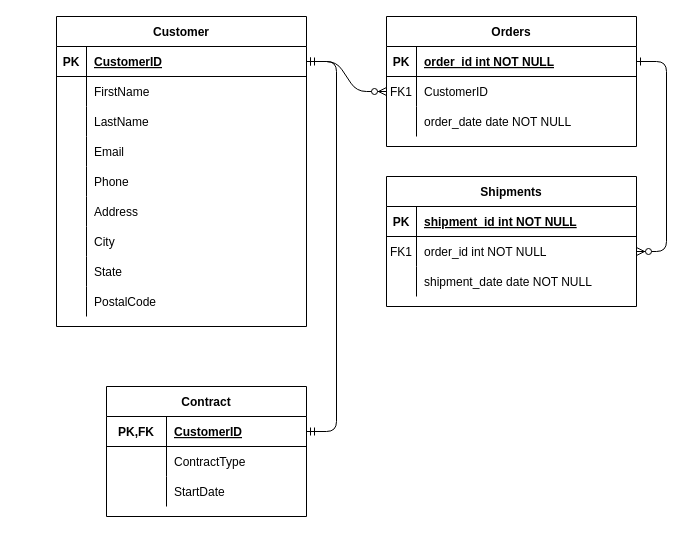
cavinginrainbows/databasedev keeps this draw.io diagram as practice.drawio. Above is the earlier version. Source tidied: cells renumbered, new cells numbered last; positions are measured from the earlier drawing's top-left corner, leaving out a move shared by most shapes. Both pictures are drawn from the tidied source at 100%, with x=0, y=0 at pixel (56, 16).
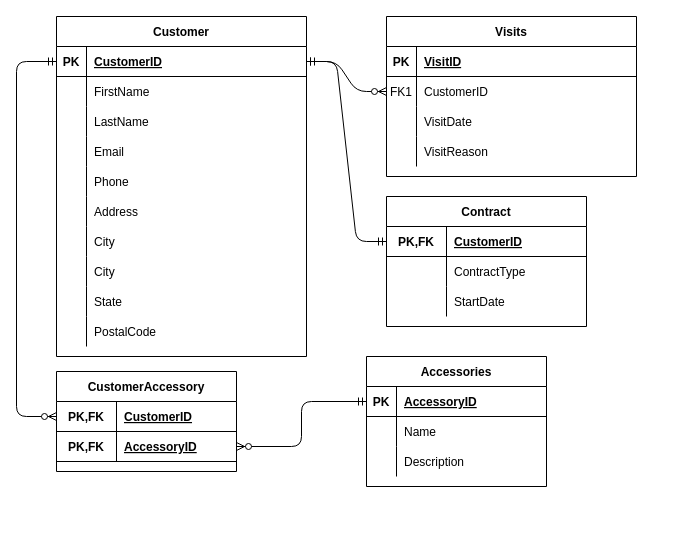
Above is the later version.

The change refers to these unchanged cells:
```xml
<mxCell id="5" style="shape=partialRectangle;fillColor=none;points=[[0,0.5],[1,0.5]];portConstraint=eastwest;top=0;left=0;right=0;bottom=1;" parent="4" vertex="1">
  <mxGeometry y="30" width="250" height="30" as="geometry" />
</mxCell>
<mxCell id="11" style="shape=partialRectangle;fillColor=none;top=0;left=0;right=0;bottom=0;" parent="4" vertex="1">
  <mxGeometry y="90" width="250" height="30" as="geometry" />
</mxCell>
<mxCell id="25" style="shape=partialRectangle;fillColor=none;points=[[0,0.5],[1,0.5]];portConstraint=eastwest;top=0;left=0;right=0;bottom=1;" parent="24" vertex="1">
  <mxGeometry y="30" width="250" height="30" as="geometry" />
</mxCell>
<mxCell id="53" style="shape=partialRectangle;fillColor=none;top=0;left=0;bottom=1;right=0;points=[[0,0.5],[1,0.5]];portConstraint=eastwest;" parent="52" vertex="1">
  <mxGeometry y="30" width="200" height="30" as="geometry" />
</mxCell>
```

What changed in the source:
```diff
@@
-    <mxCell id="3" style="edgeStyle=entityRelationEdgeStyle;endArrow=ERzeroToMany;startArrow=ERone;endFill=1;startFill=0;" parent="1" edge="1" source="5" target="18">
-      <mxGeometry relative="1" as="geometry" />
-    </mxCell>
-    <mxCell id="4" value="Orders" style="shape=table;startSize=30;childLayout=tableLayout;rowLines=0;fontStyle=1;align=center;" parent="1" vertex="1">
-      <mxGeometry x="330" width="250" height="130" as="geometry" />
+    <mxCell id="4" value="Visits" style="shape=table;startSize=30;childLayout=tableLayout;rowLines=0;fontStyle=1;align=center;" parent="1" vertex="1">
+      <mxGeometry x="330" width="250" height="160" as="geometry" />
     </mxCell>
@@
-    <mxCell id="7" value="order_id int NOT NULL " style="shape=partialRectangle;overflow=hidden;fillColor=none;top=0;left=0;bottom=0;right=0;align=left;spacingLeft=6;fontStyle=5;" parent="5" vertex="1">
+    <mxCell id="7" value="VisitID" style="shape=partialRectangle;overflow=hidden;fillColor=none;top=0;left=0;bottom=0;right=0;align=left;spacingLeft=6;fontStyle=5;" parent="5" vertex="1">
       <mxGeometry x="30" width="220" height="30" as="geometry" />
     </mxCell>
@@
-    <mxCell id="13" value="order_date date NOT NULL" style="shape=partialRectangle;overflow=hidden;fillColor=none;top=0;left=0;bottom=0;right=0;align=left;spacingLeft=6;" parent="11" vertex="1">
+    <mxCell id="13" value="VisitDate" style="shape=partialRectangle;overflow=hidden;fillColor=none;top=0;left=0;bottom=0;right=0;align=left;spacingLeft=6;" parent="11" vertex="1">
       <mxGeometry x="30" width="220" height="30" as="geometry" />
     </mxCell>
-    <mxCell id="14" value="Shipments" style="shape=table;startSize=30;childLayout=tableLayout;rowLines=0;fontStyle=1;align=center;" parent="1" vertex="1">
-      <mxGeometry x="330" y="160" width="250" height="130" as="geometry" />
-    </mxCell>
-    <mxCell id="15" style="shape=partialRectangle;fillColor=none;top=0;left=0;right=0;bottom=1;" parent="14" vertex="1">
-      <mxGeometry y="30" width="250" height="30" as="geometry" />
-    </mxCell>
-    <mxCell id="16" value="PK" style="shape=partialRectangle;overflow=hidden;fillColor=none;top=0;left=0;bottom=0;right=0;fontStyle=1;" parent="15" vertex="1">
-      <mxGeometry width="30" height="30" as="geometry" />
-    </mxCell>
-    <mxCell id="17" value="shipment_id int NOT NULL " style="shape=partialRectangle;overflow=hidden;fillColor=none;top=0;left=0;bottom=0;right=0;align=left;spacingLeft=6;fontStyle=5;" parent="15" vertex="1">
-      <mxGeometry x="30" width="220" height="30" as="geometry" />
-    </mxCell>
-    <mxCell id="18" style="shape=partialRectangle;fillColor=none;points=[[0,0.5],[1,0.5]];portConstraint=eastwest;top=0;left=0;right=0;bottom=0;" parent="14" vertex="1">
-      <mxGeometry y="60" width="250" height="30" as="geometry" />
-    </mxCell>
-    <mxCell id="19" value="FK1" style="shape=partialRectangle;overflow=hidden;fillColor=none;top=0;left=0;bottom=0;right=0;" parent="18" vertex="1">
-      <mxGeometry width="30" height="30" as="geometry" />
-    </mxCell>
-    <mxCell id="20" value="order_id int NOT NULL" style="shape=partialRectangle;overflow=hidden;fillColor=none;top=0;left=0;bottom=0;right=0;align=left;spacingLeft=6;" parent="18" vertex="1">
-      <mxGeometry x="30" width="220" height="30" as="geometry" />
-    </mxCell>
-    <mxCell id="21" style="shape=partialRectangle;fillColor=none;top=0;left=0;right=0;bottom=0;" parent="14" vertex="1">
-      <mxGeometry y="90" width="250" height="30" as="geometry" />
-    </mxCell>
-    <mxCell id="22" style="shape=partialRectangle;overflow=hidden;fillColor=none;top=0;left=0;bottom=0;right=0;" parent="21" vertex="1">
-      <mxGeometry width="30" height="30" as="geometry" />
-    </mxCell>
-    <mxCell id="23" value="shipment_date date NOT NULL" style="shape=partialRectangle;overflow=hidden;fillColor=none;top=0;left=0;bottom=0;right=0;align=left;spacingLeft=6;" parent="21" vertex="1">
-      <mxGeometry x="30" width="220" height="30" as="geometry" />
-    </mxCell>
+    <mxCell id="63" style="shape=partialRectangle;fillColor=none;top=0;left=0;right=0;bottom=0;" parent="4" vertex="1">
+      <mxGeometry y="120" width="250" height="30" as="geometry" />
+    </mxCell>
+    <mxCell id="64" style="shape=partialRectangle;overflow=hidden;fillColor=none;top=0;left=0;bottom=0;right=0;" parent="63" vertex="1">
+      <mxGeometry width="30" height="30" as="geometry" />
+    </mxCell>
+    <mxCell id="65" value="VisitReason" style="shape=partialRectangle;overflow=hidden;fillColor=none;top=0;left=0;bottom=0;right=0;align=left;spacingLeft=6;" parent="63" vertex="1">
+      <mxGeometry x="30" width="220" height="30" as="geometry" />
+    </mxCell>
     <mxCell id="24" value="Customer" style="shape=table;startSize=30;childLayout=tableLayout;rowLines=0;fontStyle=1;align=center;" parent="1" vertex="1">
-      <mxGeometry width="250" height="310" as="geometry" />
+      <mxGeometry width="250" height="340" as="geometry" />
     </mxCell>
@@
+    <mxCell id="66" style="shape=partialRectangle;fillColor=none;top=0;left=0;right=0;bottom=0;" parent="24" vertex="1">
+      <mxGeometry y="210" width="250" height="30" as="geometry" />
+    </mxCell>
+    <mxCell id="67" style="shape=partialRectangle;overflow=hidden;fillColor=none;top=0;left=0;bottom=0;right=0;" parent="66" vertex="1">
+      <mxGeometry width="30" height="30" as="geometry" />
+    </mxCell>
+    <mxCell id="68" value="City" style="shape=partialRectangle;overflow=hidden;fillColor=none;top=0;left=0;bottom=0;right=0;align=left;spacingLeft=6;" parent="66" vertex="1">
+      <mxGeometry x="30" width="220" height="30" as="geometry" />
+    </mxCell>
     <mxCell id="43" style="shape=partialRectangle;fillColor=none;top=0;left=0;right=0;bottom=0;" parent="24" vertex="1">
-      <mxGeometry y="210" width="250" height="30" as="geometry" />
+      <mxGeometry y="240" width="250" height="30" as="geometry" />
     </mxCell>
@@
     <mxCell id="46" style="shape=partialRectangle;fillColor=none;top=0;left=0;right=0;bottom=0;" parent="24" vertex="1">
-      <mxGeometry y="240" width="250" height="30" as="geometry" />
+      <mxGeometry y="270" width="250" height="30" as="geometry" />
     </mxCell>
@@
     <mxCell id="49" style="shape=partialRectangle;fillColor=none;top=0;left=0;right=0;bottom=0;" parent="24" vertex="1">
-      <mxGeometry y="270" width="250" height="30" as="geometry" />
+      <mxGeometry y="300" width="250" height="30" as="geometry" />
     </mxCell>
@@
+    <mxCell id="62" style="edgeStyle=entityRelationEdgeStyle;fontSize=12;html=1;endArrow=ERmandOne;startArrow=ERmandOne;exitX=1;exitY=0.5;exitDx=0;exitDy=0;" parent="1" edge="1" source="25" target="53">
+      <mxGeometry relative="1" as="geometry" />
+    </mxCell>
     <mxCell id="52" value="Contract" style="shape=table;startSize=30;childLayout=tableLayout;rowLines=0;fontStyle=1;align=center;" parent="1" vertex="1">
-      <mxGeometry x="50" y="370" width="200" height="130" as="geometry" />
+      <mxGeometry x="330" y="180" width="200" height="130" as="geometry" />
     </mxCell>
@@
-    <mxCell id="62" style="edgeStyle=entityRelationEdgeStyle;fontSize=12;html=1;endArrow=ERmandOne;startArrow=ERmandOne;exitX=1;exitY=0.5;exitDx=0;exitDy=0;" parent="1" edge="1" source="25" target="53">
-      <mxGeometry relative="1" as="geometry" />
-    </mxCell>
+    <mxCell id="69" value="CustomerAccessory" style="shape=table;startSize=30;childLayout=tableLayout;rowLines=0;fontStyle=1;align=center;" parent="1" vertex="1">
+      <mxGeometry y="355" width="180" height="100" as="geometry" />
+    </mxCell>
+    <mxCell id="70" style="shape=partialRectangle;fillColor=none;top=0;left=0;bottom=1;right=0;points=[[0,0.5],[1,0.5]];portConstraint=eastwest;" parent="69" vertex="1">
+      <mxGeometry y="30" width="180" height="30" as="geometry" />
+    </mxCell>
+    <mxCell id="71" value="PK,FK" style="shape=partialRectangle;fillColor=none;top=0;left=0;bottom=0;right=0;fontStyle=1;overflow=hidden;" parent="70" vertex="1">
+      <mxGeometry width="60" height="30" as="geometry" />
+    </mxCell>
+    <mxCell id="72" value="CustomerID" style="shape=partialRectangle;fillColor=none;top=0;left=0;bottom=0;right=0;align=left;spacingLeft=6;fontStyle=5;overflow=hidden;" parent="70" vertex="1">
+      <mxGeometry x="60" width="120" height="30" as="geometry" />
+    </mxCell>
+    <mxCell id="73" style="shape=partialRectangle;fillColor=none;top=0;left=0;bottom=1;right=0;points=[[0,0.5],[1,0.5]];portConstraint=eastwest;" parent="69" vertex="1">
+      <mxGeometry y="60" width="180" height="30" as="geometry" />
+    </mxCell>
+    <mxCell id="74" value="PK,FK" style="shape=partialRectangle;fillColor=none;top=0;left=0;bottom=0;right=0;fontStyle=1;overflow=hidden;" parent="73" vertex="1">
+      <mxGeometry width="60" height="30" as="geometry" />
+    </mxCell>
+    <mxCell id="75" value="AccessoryID" style="shape=partialRectangle;fillColor=none;top=0;left=0;bottom=0;right=0;align=left;spacingLeft=6;fontStyle=5;overflow=hidden;" parent="73" vertex="1">
+      <mxGeometry x="60" width="120" height="30" as="geometry" />
+    </mxCell>
+    <mxCell id="76" style="edgeStyle=orthogonalEdgeStyle;fontSize=12;html=1;endArrow=ERzeroToMany;startArrow=ERmandOne;exitX=0;exitY=0.5;exitDx=0;exitDy=0;entryX=0;entryY=0.5;entryDx=0;entryDy=0;" parent="1" edge="1" source="25" target="70">
+      <mxGeometry relative="1" as="geometry">
+        <Array as="points">
+          <mxPoint x="-40" y="45" />
+          <mxPoint x="-40" y="400" />
+        </Array>
+      </mxGeometry>
+    </mxCell>
+    <mxCell id="77" style="edgeStyle=elbowEdgeStyle;fontSize=12;html=1;endArrow=ERzeroToMany;startArrow=ERmandOne;entryX=1;entryY=0.5;entryDx=0;entryDy=0;exitX=0;exitY=0.5;exitDx=0;exitDy=0;" parent="1" edge="1" source="79" target="73">
+      <mxGeometry relative="1" as="geometry" />
+    </mxCell>
+    <mxCell id="78" value="Accessories" style="shape=table;startSize=30;childLayout=tableLayout;rowLines=0;fontStyle=1;align=center;" parent="1" vertex="1">
+      <mxGeometry x="310" y="340" width="180" height="130" as="geometry" />
+    </mxCell>
+    <mxCell id="79" style="shape=partialRectangle;fillColor=none;top=0;left=0;bottom=1;right=0;points=[[0,0.5],[1,0.5]];portConstraint=eastwest;" parent="78" vertex="1">
+      <mxGeometry y="30" width="180" height="30" as="geometry" />
+    </mxCell>
+    <mxCell id="16" value="PK" style="shape=partialRectangle;fillColor=none;top=0;left=0;bottom=0;right=0;fontStyle=1;overflow=hidden;" parent="79" vertex="1">
+      <mxGeometry width="30" height="30" as="geometry" />
+    </mxCell>
+    <mxCell id="80" value="AccessoryID" style="shape=partialRectangle;fillColor=none;top=0;left=0;bottom=0;right=0;align=left;spacingLeft=6;fontStyle=5;overflow=hidden;" parent="79" vertex="1">
+      <mxGeometry x="30" width="150" height="30" as="geometry" />
+    </mxCell>
+    <mxCell id="81" style="shape=partialRectangle;fillColor=none;top=0;left=0;bottom=0;right=0;" parent="78" vertex="1">
+      <mxGeometry y="60" width="180" height="30" as="geometry" />
+    </mxCell>
+    <mxCell id="82" style="shape=partialRectangle;fillColor=none;top=0;left=0;bottom=0;right=0;overflow=hidden;" parent="81" vertex="1">
+      <mxGeometry width="30" height="30" as="geometry" />
+    </mxCell>
+    <mxCell id="83" value="Name" style="shape=partialRectangle;fillColor=none;top=0;left=0;bottom=0;right=0;align=left;spacingLeft=6;overflow=hidden;" parent="81" vertex="1">
+      <mxGeometry x="30" width="150" height="30" as="geometry" />
+    </mxCell>
+    <mxCell id="84" style="shape=partialRectangle;fillColor=none;top=0;left=0;bottom=0;right=0;" parent="78" vertex="1">
+      <mxGeometry y="90" width="180" height="30" as="geometry" />
+    </mxCell>
+    <mxCell id="85" style="shape=partialRectangle;fillColor=none;top=0;left=0;bottom=0;right=0;overflow=hidden;" parent="84" vertex="1">
+      <mxGeometry width="30" height="30" as="geometry" />
+    </mxCell>
+    <mxCell id="86" value="Description" style="shape=partialRectangle;fillColor=none;top=0;left=0;bottom=0;right=0;align=left;spacingLeft=6;overflow=hidden;" parent="84" vertex="1">
+      <mxGeometry x="30" width="150" height="30" as="geometry" />
+    </mxCell>
```
